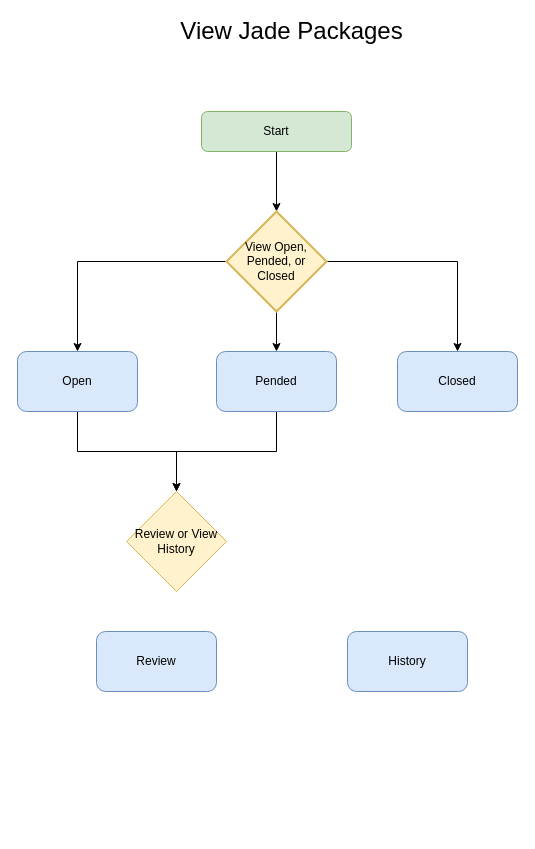
This is packages-flow.drawio from ernestoaparicio/jadex, a draw.io file, before an edit. Source tidied: cells renumbered, new cells numbered last; positions are measured from the earlier drawing's top-left corner, leaving out a move shared by most shapes. Both pictures are drawn from the tidied source at 100%, with x=0, y=0 at pixel (17, 21).
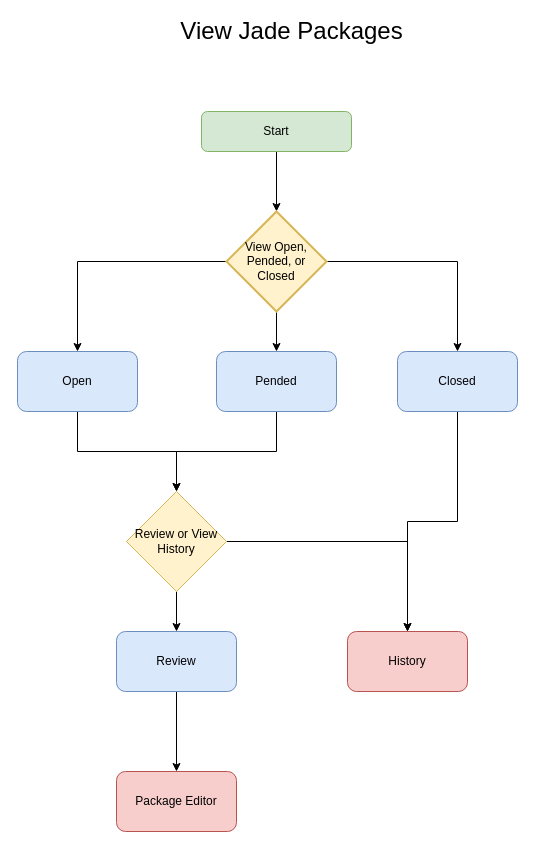
The same diagram, later.

The change refers to these unchanged cells:
```xml
<mxCell id="13" value="Closed" style="rounded=1;whiteSpace=wrap;html=1;fillColor=#dae8fc;strokeColor=#6c8ebf;" parent="1" vertex="1">
  <mxGeometry x="380" y="330" width="120" height="60" as="geometry" />
</mxCell>
<mxCell id="16" value="Review or View History" style="rhombus;whiteSpace=wrap;html=1;fillColor=#fff2cc;strokeColor=#d6b656;" parent="1" vertex="1">
  <mxGeometry x="109" y="470" width="100" height="100" as="geometry" />
</mxCell>
```

The edit, as a diff of the source:
```diff
@@
+    <mxCell id="17" style="edgeStyle=orthogonalEdgeStyle;rounded=0;jettySize=auto;html=1;exitX=0.5;exitY=1;exitDx=0;exitDy=0;entryX=0.5;entryY=0;entryDx=0;entryDy=0;" parent="1" edge="1" source="13" target="15">
+      <mxGeometry relative="1" as="geometry" />
+    </mxCell>
@@
+    <mxCell id="18" style="edgeStyle=orthogonalEdgeStyle;rounded=0;jettySize=auto;html=1;exitX=0.5;exitY=1;exitDx=0;exitDy=0;entryX=0.5;entryY=0;entryDx=0;entryDy=0;" parent="1" edge="1" source="14" target="21">
+      <mxGeometry relative="1" as="geometry" />
+    </mxCell>
     <mxCell id="14" value="Review" style="rounded=1;whiteSpace=wrap;html=1;fillColor=#dae8fc;strokeColor=#6c8ebf;" parent="1" vertex="1">
-      <mxGeometry x="79" y="610" width="120" height="60" as="geometry" />
+      <mxGeometry x="99" y="610" width="120" height="60" as="geometry" />
     </mxCell>
-    <mxCell id="15" value="History" style="rounded=1;whiteSpace=wrap;html=1;fillColor=#dae8fc;strokeColor=#6c8ebf;" parent="1" vertex="1">
+    <mxCell id="15" value="History" style="rounded=1;whiteSpace=wrap;html=1;fillColor=#f8cecc;strokeColor=#b85450;" parent="1" vertex="1">
       <mxGeometry x="330" y="610" width="120" height="60" as="geometry" />
     </mxCell>
+    <mxCell id="19" style="edgeStyle=orthogonalEdgeStyle;rounded=0;jettySize=auto;html=1;exitX=1;exitY=0.5;exitDx=0;exitDy=0;entryX=0.5;entryY=0;entryDx=0;entryDy=0;" parent="1" edge="1" source="16" target="15">
+      <mxGeometry relative="1" as="geometry" />
+    </mxCell>
+    <mxCell id="20" style="edgeStyle=orthogonalEdgeStyle;rounded=0;jettySize=auto;html=1;exitX=0.5;exitY=1;exitDx=0;exitDy=0;" parent="1" edge="1" source="16" target="14">
+      <mxGeometry relative="1" as="geometry" />
+    </mxCell>
@@
+    <mxCell id="21" value="Package Editor" style="rounded=1;whiteSpace=wrap;html=1;fillColor=#f8cecc;strokeColor=#b85450;" parent="1" vertex="1">
+      <mxGeometry x="99" y="750" width="120" height="60" as="geometry" />
+    </mxCell>
```
